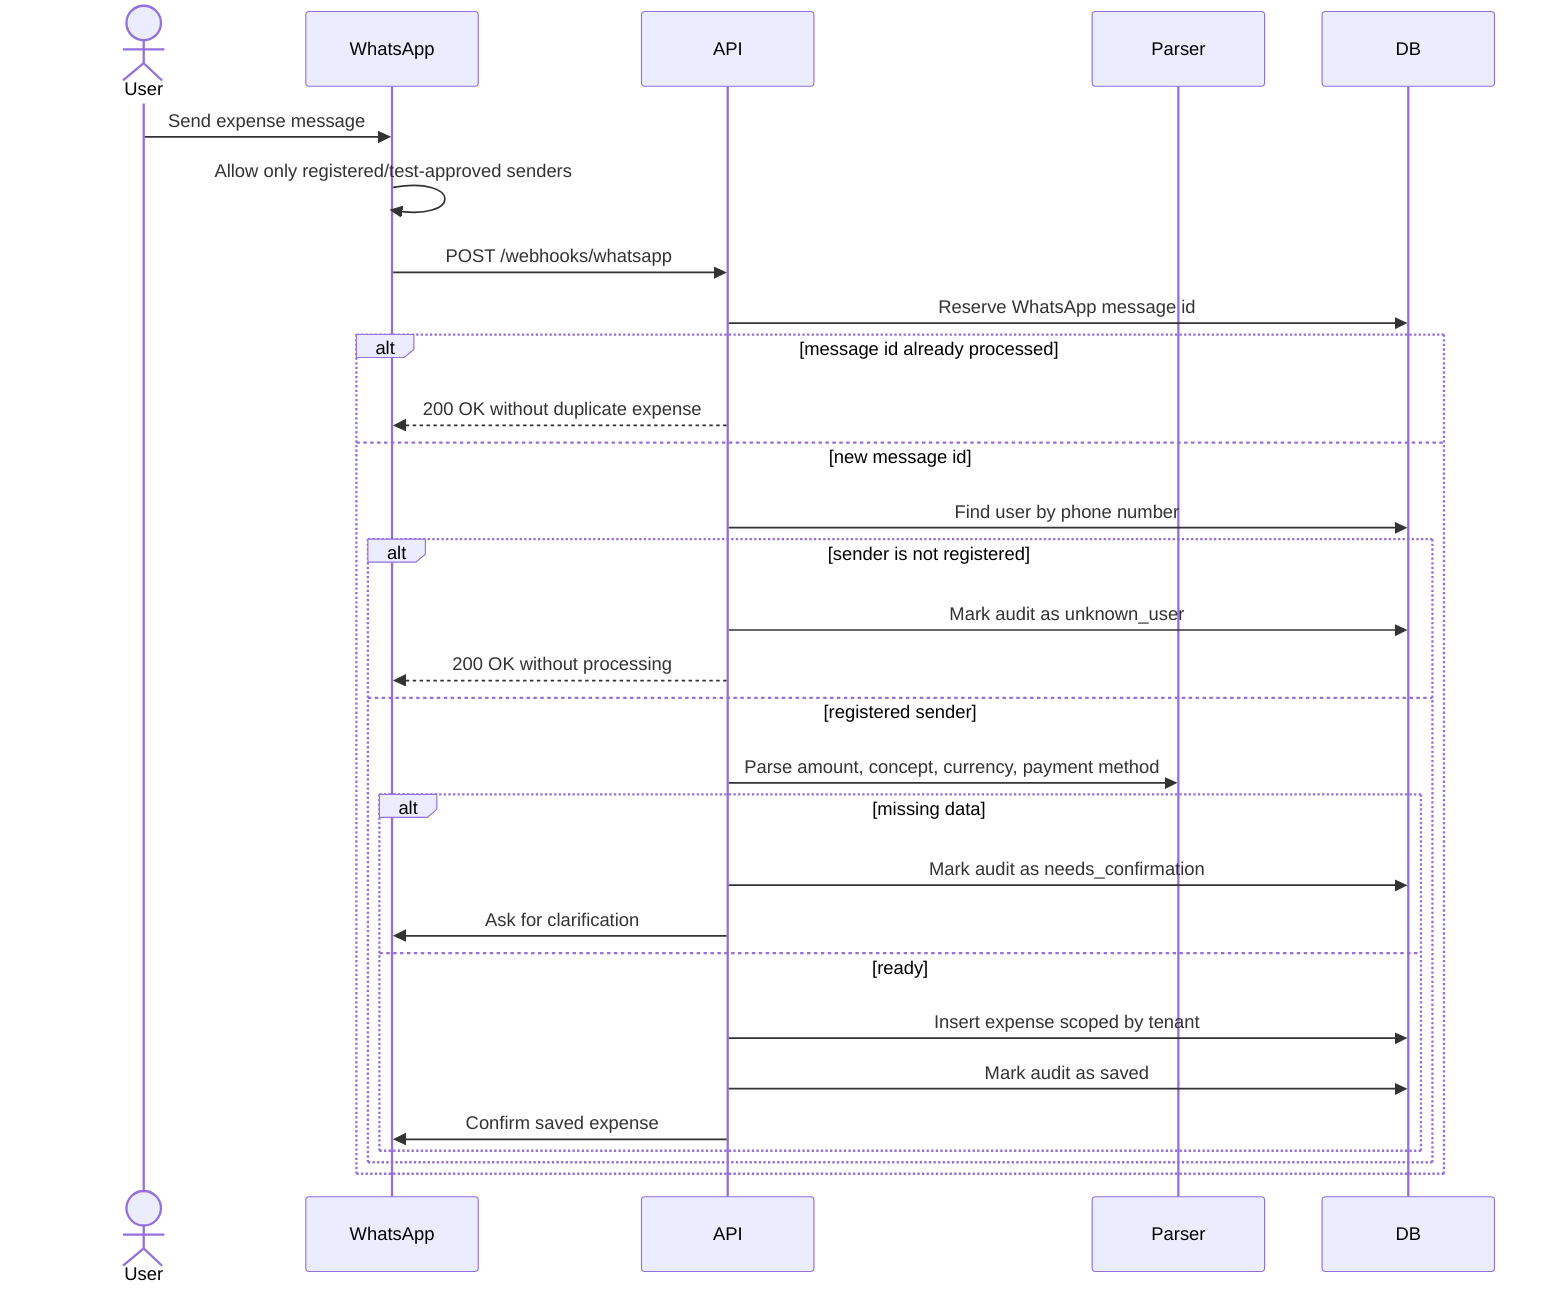
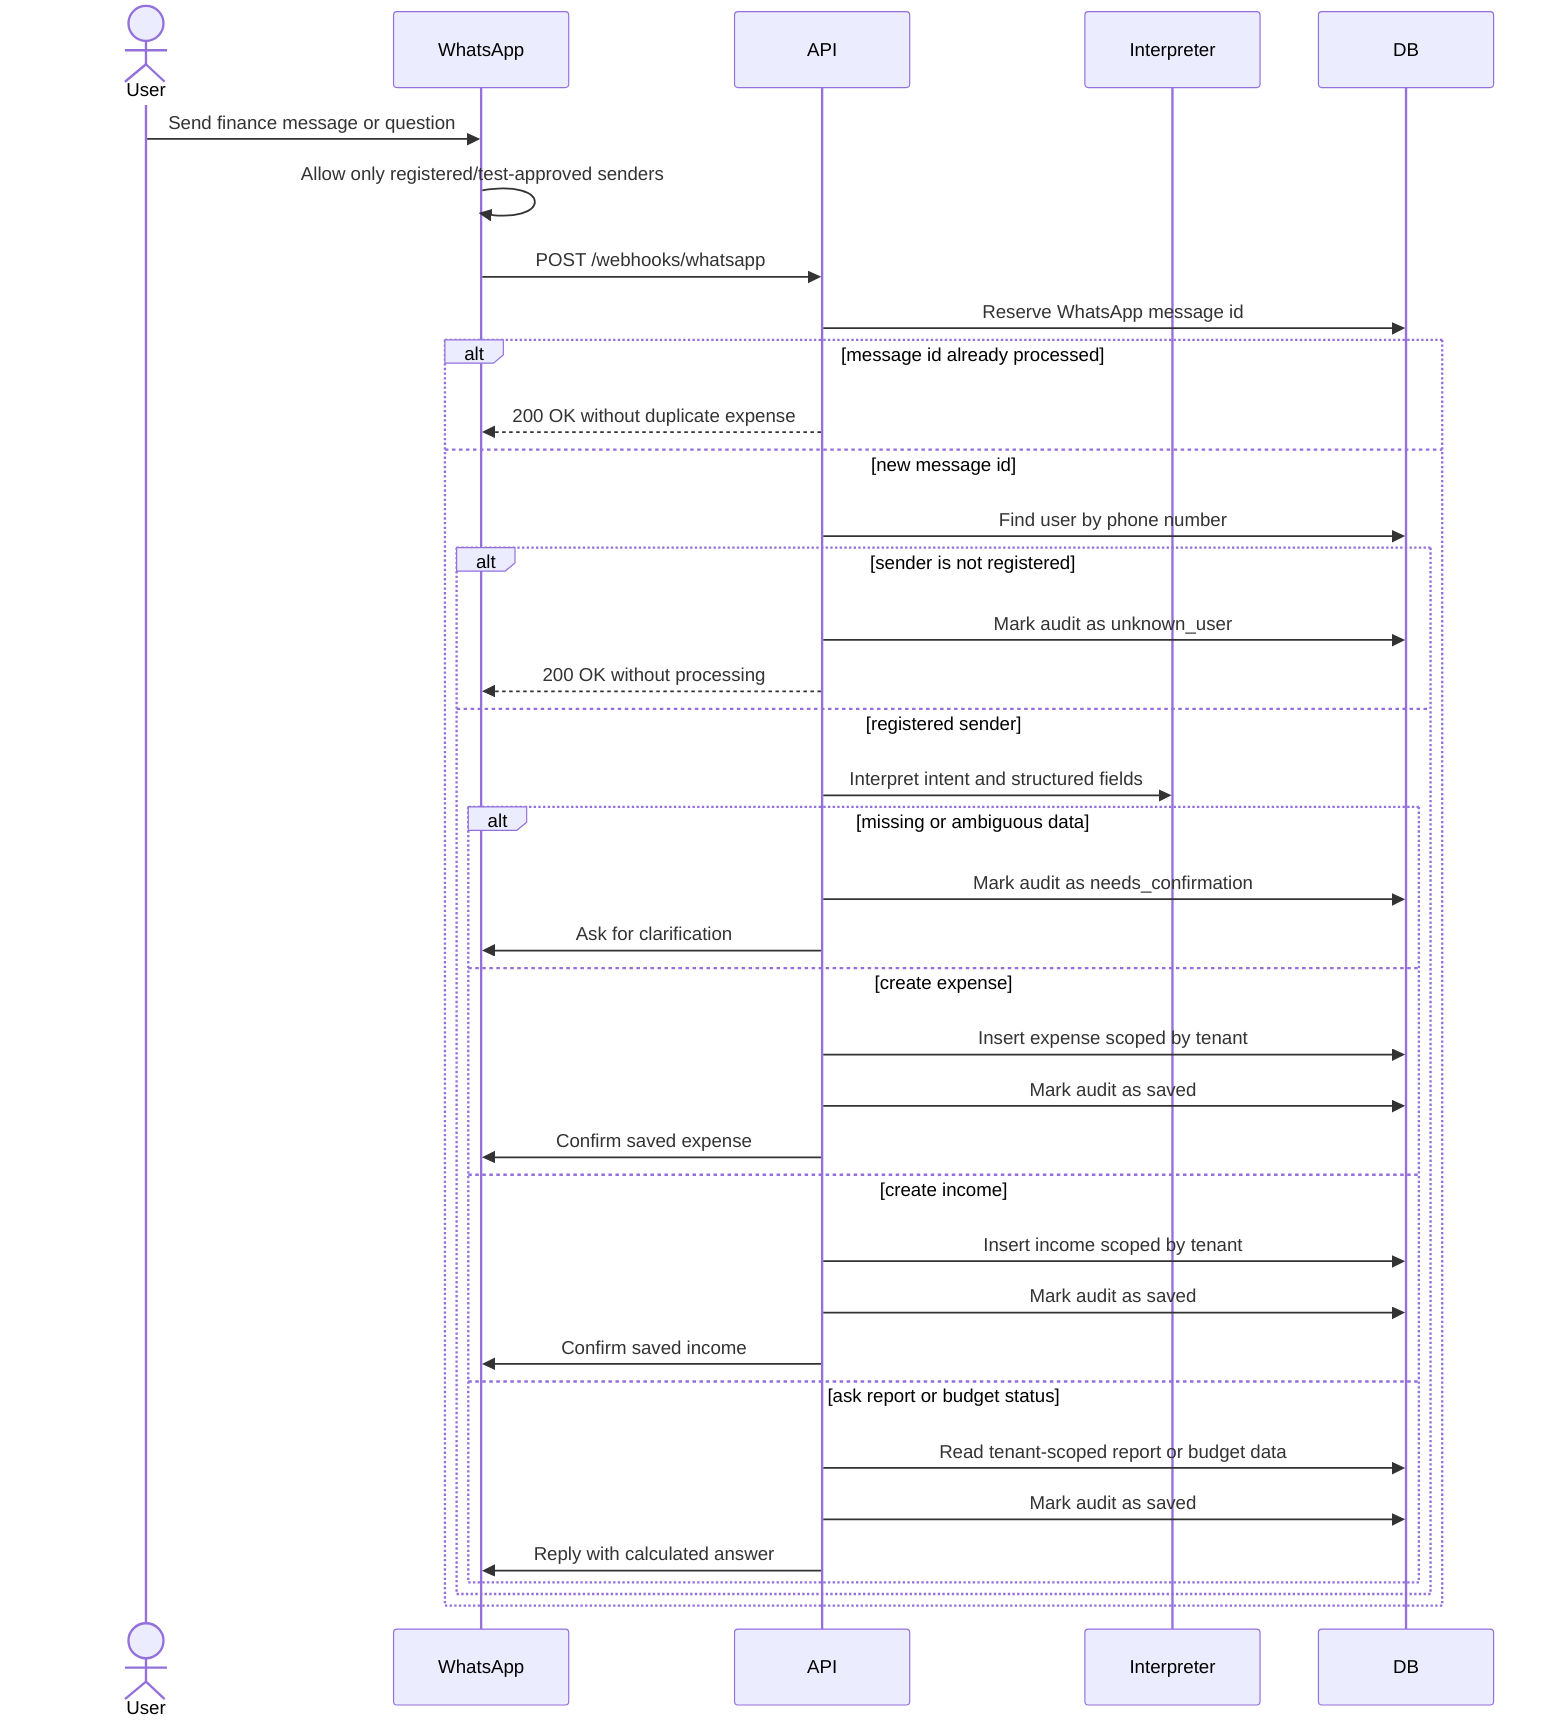
sequenceDiagram
  actor User
  participant WhatsApp
  participant API
-   participant Parser
+   participant Interpreter
  participant DB
-   User->>WhatsApp: Send expense message
+   User->>WhatsApp: Send finance message or question
  WhatsApp->>WhatsApp: Allow only registered/test-approved senders
  WhatsApp->>API: POST /webhooks/whatsapp
  API->>DB: Reserve WhatsApp message id
  alt message id already processed
    API-->>WhatsApp: 200 OK without duplicate expense
  else new message id
  API->>DB: Find user by phone number
  alt sender is not registered
    API->>DB: Mark audit as unknown_user
    API-->>WhatsApp: 200 OK without processing
  else registered sender
-     API->>Parser: Parse amount, concept, currency, payment method
-     alt missing data
+     API->>Interpreter: Interpret intent and structured fields
+     alt missing or ambiguous data
      API->>DB: Mark audit as needs_confirmation
      API->>WhatsApp: Ask for clarification
-     else ready
+     else create expense
      API->>DB: Insert expense scoped by tenant
      API->>DB: Mark audit as saved
      API->>WhatsApp: Confirm saved expense
+     else create income
+       API->>DB: Insert income scoped by tenant
+       API->>DB: Mark audit as saved
+       API->>WhatsApp: Confirm saved income
+     else ask report or budget status
+       API->>DB: Read tenant-scoped report or budget data
+       API->>DB: Mark audit as saved
+       API->>WhatsApp: Reply with calculated answer
    end
  end
  end
